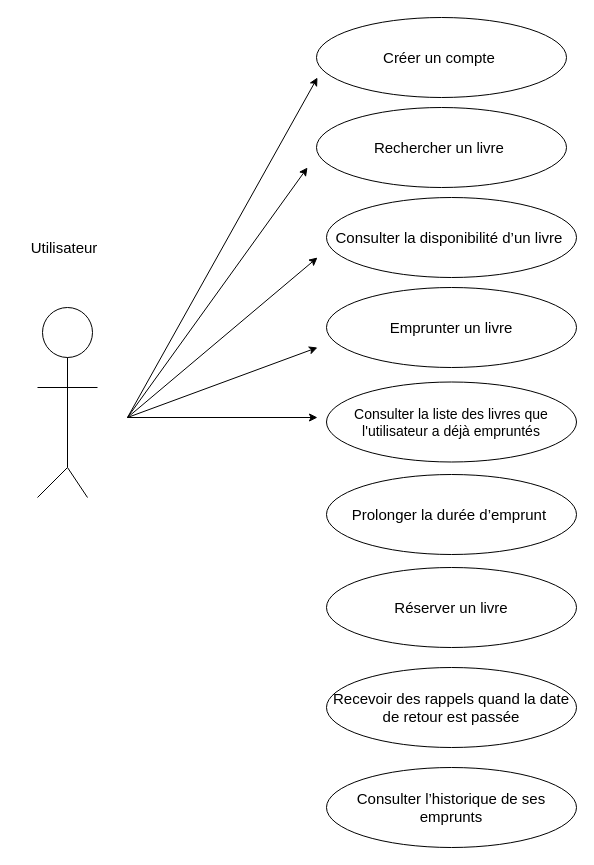
JocelyneMuller/Projet-Biblioth-que keeps this draw.io diagram as page "Use Case Utilisateur" (2 of 4) of diagramme/Diagramme UML Bibliothèque.drawio. Above is the earlier version. Source tidied: cells renumbered, new cells numbered last; positions are measured from the earlier drawing's top-left corner, leaving out a move shared by most shapes. Both pictures are drawn from the tidied source at 100%, with x=0, y=0 at pixel (17, 17).
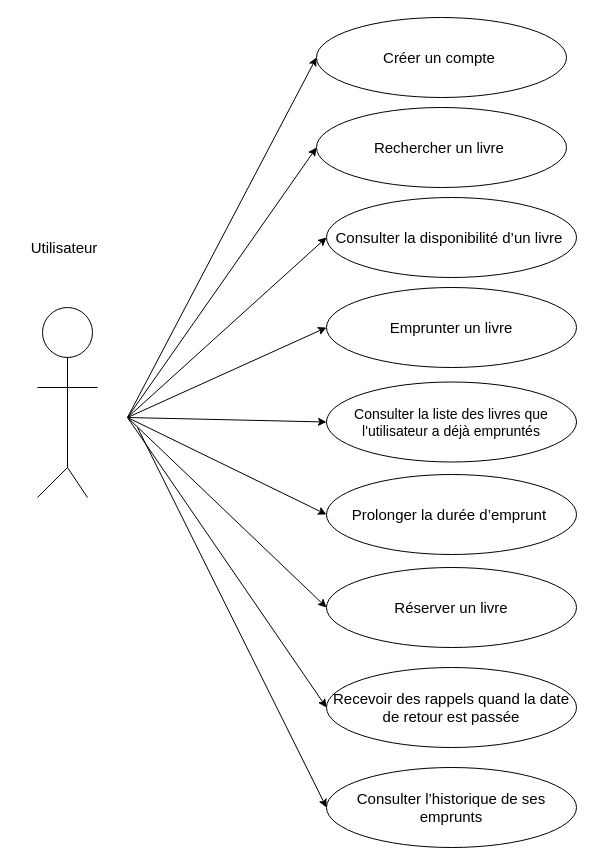
After the change.

Unchanged cells that the change refers to:
```xml
<mxCell id="2" value="&lt;font style=&quot;font-size: 15px;&quot;&gt;Rechercher un livre&amp;nbsp;&lt;/font&gt;" style="ellipse;whiteSpace=wrap;html=1;" parent="1" vertex="1">
  <mxGeometry x="299" y="90" width="250" height="80" as="geometry" />
</mxCell>
<mxCell id="3" value="&lt;font style=&quot;font-size: 15px;&quot;&gt;Consulter la disponibilité d’un livre&amp;nbsp;&lt;/font&gt;" style="ellipse;whiteSpace=wrap;html=1;" parent="1" vertex="1">
  <mxGeometry x="309" y="180" width="250" height="80" as="geometry" />
</mxCell>
<mxCell id="4" value="&lt;font style=&quot;font-size: 15px;&quot;&gt;Emprunter un livre&lt;/font&gt;" style="ellipse;whiteSpace=wrap;html=1;" parent="1" vertex="1">
  <mxGeometry x="309" y="270" width="250" height="80" as="geometry" />
</mxCell>
<mxCell id="5" value="&lt;font style=&quot;font-size: 14px;&quot;&gt;Consulter la liste des livres que l'utilisateur a déjà empruntés&lt;/font&gt;" style="ellipse;whiteSpace=wrap;html=1;" parent="1" vertex="1">
  <mxGeometry x="309" y="364.5" width="250" height="80" as="geometry" />
</mxCell>
<mxCell id="6" value="&lt;font style=&quot;font-size: 15px;&quot;&gt;Prolonger la durée d’emprunt&amp;nbsp;&lt;/font&gt;" style="ellipse;whiteSpace=wrap;html=1;" parent="1" vertex="1">
  <mxGeometry x="309" y="457" width="250" height="80" as="geometry" />
</mxCell>
<mxCell id="7" value="&lt;font style=&quot;font-size: 15px;&quot;&gt;Réserver un livre&lt;/font&gt;" style="ellipse;whiteSpace=wrap;html=1;" parent="1" vertex="1">
  <mxGeometry x="309" y="550" width="250" height="80" as="geometry" />
</mxCell>
<mxCell id="8" value="&lt;font style=&quot;font-size: 15px;&quot;&gt;Recevoir des rappels quand la date de retour est passée&lt;/font&gt;" style="ellipse;whiteSpace=wrap;html=1;" parent="1" vertex="1">
  <mxGeometry x="309" y="650" width="250" height="80" as="geometry" />
</mxCell>
<mxCell id="9" value="&lt;font style=&quot;font-size: 15px;&quot;&gt;Consulter l’historique de ses emprunts&lt;/font&gt;" style="ellipse;whiteSpace=wrap;html=1;" parent="1" vertex="1">
  <mxGeometry x="309" y="750" width="250" height="80" as="geometry" />
</mxCell>
<mxCell id="20" value="&lt;font style=&quot;font-size: 15px;&quot;&gt;Créer un compte&amp;nbsp;&lt;/font&gt;" style="ellipse;whiteSpace=wrap;html=1;" parent="1" vertex="1">
  <mxGeometry x="299" width="250" height="80" as="geometry" />
</mxCell>
```

Change to the diagram source:
```diff
@@
-    <mxCell id="21" style="endArrow=classic;html=1;rounded=0;" parent="1" edge="1">
+    <mxCell id="21" style="endArrow=classic;html=1;rounded=0;entryX=0;entryY=0.5;entryDx=0;entryDy=0;" parent="1" edge="1" target="20">
       <mxGeometry relative="1" as="geometry">
         <mxPoint x="110" y="400" as="sourcePoint" />
-        <mxPoint x="300" y="60" as="targetPoint" />
       </mxGeometry>
     </mxCell>
-    <mxCell id="22" style="endArrow=classic;html=1;rounded=0;" parent="1" edge="1">
+    <mxCell id="22" style="endArrow=classic;html=1;rounded=0;entryX=0;entryY=0.5;entryDx=0;entryDy=0;" parent="1" edge="1" target="2">
       <mxGeometry relative="1" as="geometry">
         <mxPoint x="110" y="400" as="sourcePoint" />
-        <mxPoint x="290" y="150" as="targetPoint" />
       </mxGeometry>
     </mxCell>
-    <mxCell id="23" style="endArrow=classic;html=1;rounded=0;" parent="1" edge="1">
+    <mxCell id="23" style="endArrow=classic;html=1;rounded=0;entryX=0;entryY=0.5;entryDx=0;entryDy=0;" parent="1" edge="1" target="3">
       <mxGeometry relative="1" as="geometry">
         <mxPoint x="110" y="400" as="sourcePoint" />
-        <mxPoint x="300" y="240" as="targetPoint" />
       </mxGeometry>
     </mxCell>
-    <mxCell id="24" style="endArrow=classic;html=1;rounded=0;" parent="1" edge="1">
+    <mxCell id="24" style="endArrow=classic;html=1;rounded=0;entryX=0;entryY=0.5;entryDx=0;entryDy=0;" parent="1" edge="1" target="4">
       <mxGeometry relative="1" as="geometry">
         <mxPoint x="110" y="400" as="sourcePoint" />
-        <mxPoint x="300" y="330" as="targetPoint" />
       </mxGeometry>
     </mxCell>
-    <mxCell id="25" style="endArrow=classic;html=1;rounded=0;" parent="1" edge="1">
+    <mxCell id="25" style="endArrow=classic;html=1;rounded=0;entryX=0;entryY=0.5;entryDx=0;entryDy=0;" parent="1" edge="1" target="5">
       <mxGeometry relative="1" as="geometry">
         <mxPoint x="110" y="400" as="sourcePoint" />
-        <mxPoint x="300" y="400" as="targetPoint" />
       </mxGeometry>
     </mxCell>
+    <mxCell id="26" style="endArrow=classic;html=1;rounded=0;entryX=0;entryY=0.5;entryDx=0;entryDy=0;" parent="1" edge="1" target="6">
+      <mxGeometry relative="1" as="geometry">
+        <mxPoint x="110" y="400" as="sourcePoint" />
+      </mxGeometry>
+    </mxCell>
+    <mxCell id="27" style="endArrow=classic;html=1;rounded=0;entryX=0;entryY=0.5;entryDx=0;entryDy=0;" parent="1" edge="1" target="7">
+      <mxGeometry relative="1" as="geometry">
+        <mxPoint x="110" y="400" as="sourcePoint" />
+      </mxGeometry>
+    </mxCell>
+    <mxCell id="28" style="endArrow=classic;html=1;rounded=0;entryX=0;entryY=0.5;entryDx=0;entryDy=0;" parent="1" edge="1" target="8">
+      <mxGeometry relative="1" as="geometry">
+        <mxPoint x="110" y="400" as="sourcePoint" />
+      </mxGeometry>
+    </mxCell>
+    <mxCell id="29" style="endArrow=classic;html=1;rounded=0;entryX=0;entryY=0.5;entryDx=0;entryDy=0;" parent="1" edge="1" target="9">
+      <mxGeometry relative="1" as="geometry">
+        <mxPoint x="120" y="410" as="sourcePoint" />
+      </mxGeometry>
+    </mxCell>
```
